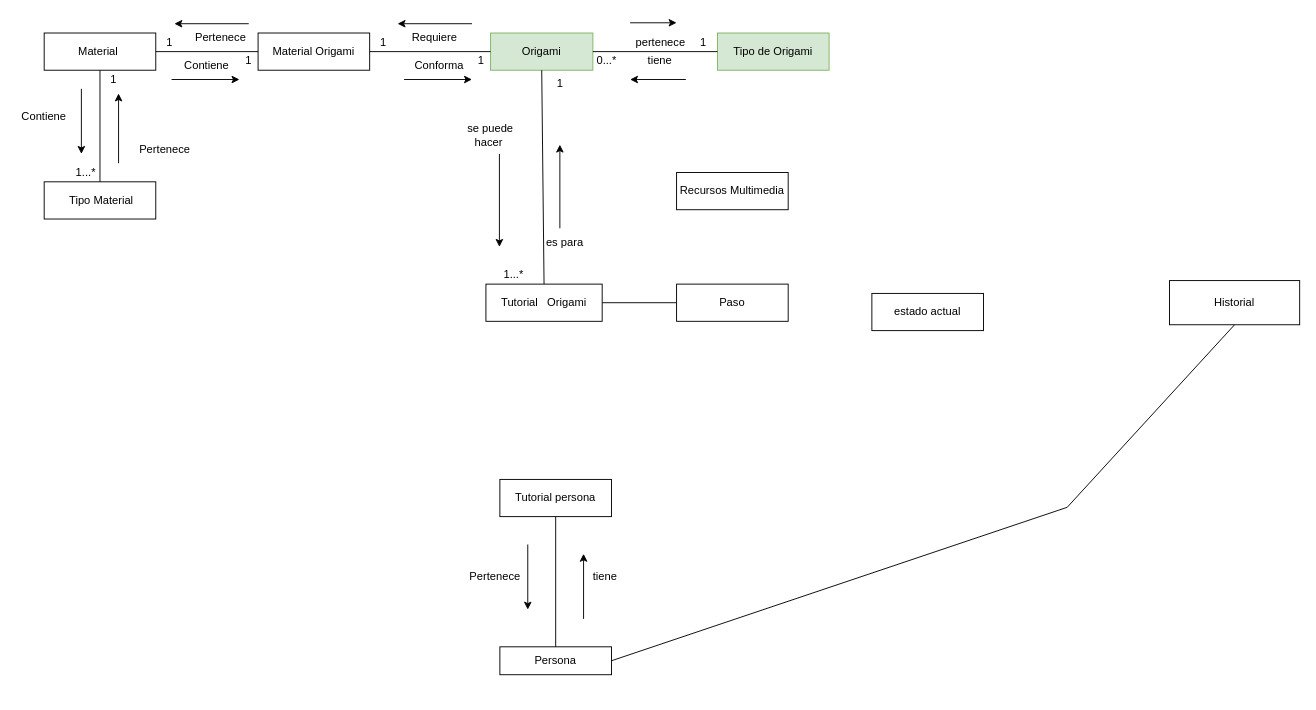
This is ModeloDeDominio3D.drawio from andrescastillo1996/documentacionMundoOrigami, a draw.io file, before an edit. Source tidied: cells renumbered, new cells numbered last; positions are measured from the earlier drawing's top-left corner, leaving out a move shared by most shapes. Both pictures are drawn from the tidied source at 93%, with x=0, y=0 at pixel (16, 22).
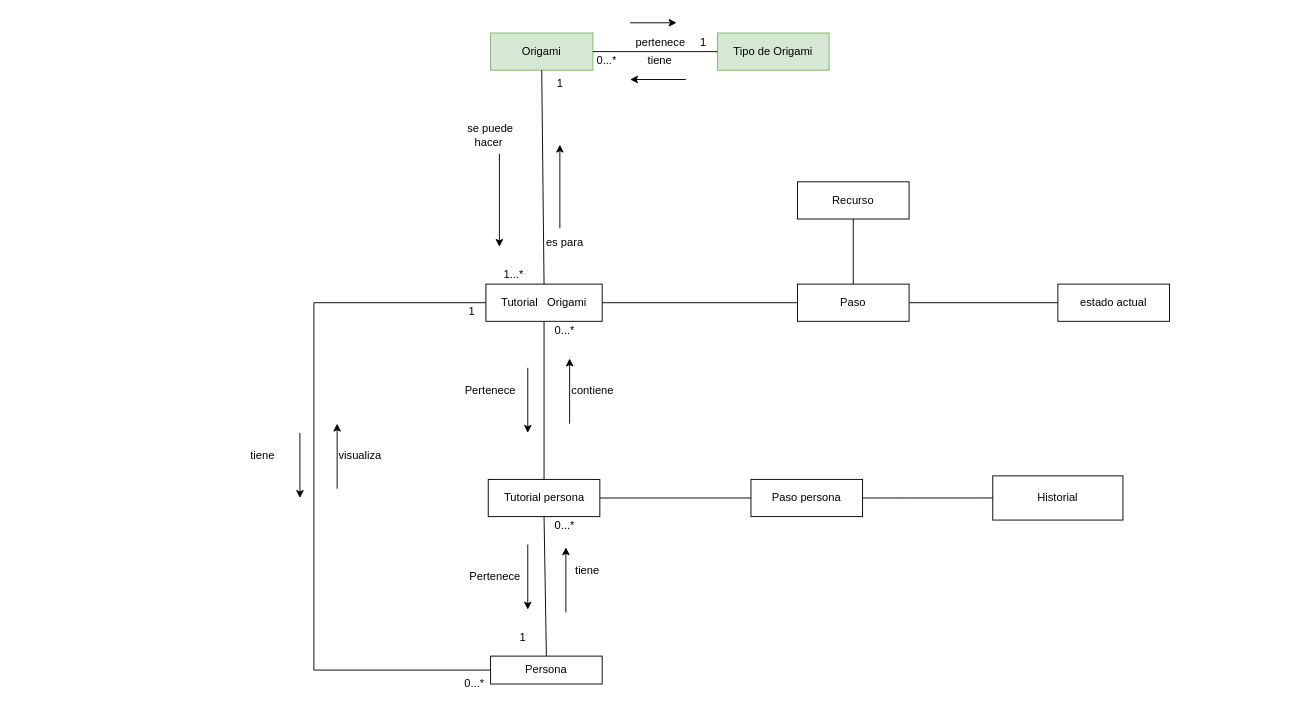
The same diagram, later.

The change refers to these unchanged cells:
```xml
<mxCell id="3" value="Origami" style="rounded=0;whiteSpace=wrap;html=1;fillColor=#d5e8d4;strokeColor=#82b366;" parent="1" vertex="1">
  <mxGeometry x="510" y="11" width="110" height="40" as="geometry" />
</mxCell>
<mxCell id="9" value="Tutorial&amp;nbsp; &amp;nbsp;Origami" style="rounded=0;whiteSpace=wrap;html=1;" parent="1" vertex="1">
  <mxGeometry x="505" y="281" width="125" height="40" as="geometry" />
</mxCell>
```

Change to the diagram source:
```diff
@@
     <mxCell id="4" value="Historial" style="rounded=0;whiteSpace=wrap;html=1;" parent="1" vertex="1">
-      <mxGeometry x="1240" y="277.2" width="140" height="47.5" as="geometry" />
+      <mxGeometry x="1050" y="487.2" width="140" height="47.5" as="geometry" />
     </mxCell>
@@
+    <mxCell id="56" style="edgeStyle=orthogonalEdgeStyle;rounded=0;jettySize=auto;html=1;exitX=0;exitY=0.5;exitDx=0;exitDy=0;entryX=0;entryY=0.5;entryDx=0;entryDy=0;endArrow=none;endFill=0;" parent="1" edge="1" source="6" target="9">
+      <mxGeometry relative="1" as="geometry">
+        <Array as="points">
+          <mxPoint x="320" y="696" />
+          <mxPoint x="320" y="301" />
+        </Array>
+      </mxGeometry>
+    </mxCell>
     <mxCell id="6" value="Persona" style="rounded=0;whiteSpace=wrap;html=1;" parent="1" vertex="1">
-      <mxGeometry x="520" y="671" width="120" height="30" as="geometry" />
+      <mxGeometry x="510" y="681" width="120" height="30" as="geometry" />
     </mxCell>
@@
-    <mxCell id="23" style="endArrow=none;html=1;rounded=0;exitX=1;exitY=0.5;exitDx=0;exitDy=0;entryX=0.5;entryY=1;entryDx=0;entryDy=0;" parent="1" edge="1" source="6" target="4">
-      <mxGeometry relative="1" as="geometry">
-        <Array as="points">
-          <mxPoint x="1130" y="521" />
-        </Array>
-      </mxGeometry>
+    <mxCell id="23" style="endArrow=none;html=1;rounded=0;exitX=1;exitY=0.5;exitDx=0;exitDy=0;entryX=0;entryY=0.5;entryDx=0;entryDy=0;" parent="1" edge="1" source="68" target="4">
+      <mxGeometry relative="1" as="geometry" />
     </mxCell>
     <mxCell id="24" style="endArrow=classic;html=1;rounded=0;" parent="1" edge="1">
       <mxGeometry relative="1" as="geometry">
-        <mxPoint x="610" y="641" as="sourcePoint" />
-        <mxPoint x="610" y="571" as="targetPoint" />
+        <mxPoint x="591" y="634" as="sourcePoint" />
+        <mxPoint x="591" y="564" as="targetPoint" />
       </mxGeometry>
     </mxCell>
@@
     <mxCell id="27" value="tiene&amp;nbsp;" style="text;html=1;strokeColor=none;fillColor=none;align=center;verticalAlign=middle;whiteSpace=wrap;rounded=0;" parent="1" vertex="1">
-      <mxGeometry x="605" y="581" width="60" height="30" as="geometry" />
+      <mxGeometry x="586" y="574" width="60" height="30" as="geometry" />
     </mxCell>
     <mxCell id="28" value="estado actual" style="rounded=0;whiteSpace=wrap;html=1;" parent="1" vertex="1">
-      <mxGeometry x="920" y="291" width="120" height="40" as="geometry" />
+      <mxGeometry x="1120" y="281" width="120" height="40" as="geometry" />
     </mxCell>
-    <mxCell id="29" value="Recursos Multimedia" style="rounded=0;whiteSpace=wrap;html=1;" parent="1" vertex="1">
-      <mxGeometry x="710" y="161" width="120" height="40" as="geometry" />
+    <mxCell id="29" value="Recurso" style="rounded=0;whiteSpace=wrap;html=1;" parent="1" vertex="1">
+      <mxGeometry x="840" y="171" width="120" height="40" as="geometry" />
     </mxCell>
-    <mxCell id="30" value="Material Origami" style="rounded=0;whiteSpace=wrap;html=1;" parent="1" vertex="1">
-      <mxGeometry x="260" y="11" width="120" height="40" as="geometry" />
-    </mxCell>
-    <mxCell id="31" value="Material&amp;nbsp;" style="rounded=0;whiteSpace=wrap;html=1;" parent="1" vertex="1">
-      <mxGeometry x="30" y="11" width="120" height="40" as="geometry" />
-    </mxCell>
-    <mxCell id="32" value="&amp;nbsp;Tipo Material" style="rounded=0;whiteSpace=wrap;html=1;" parent="1" vertex="1">
-      <mxGeometry x="30" y="171" width="120" height="40" as="geometry" />
-    </mxCell>
-    <mxCell id="33" style="endArrow=none;html=1;rounded=0;exitX=1;exitY=0.5;exitDx=0;exitDy=0;entryX=0;entryY=0.5;entryDx=0;entryDy=0;" parent="1" edge="1" source="30" target="3">
-      <mxGeometry relative="1" as="geometry" />
-    </mxCell>
-    <mxCell id="34" style="endArrow=classic;html=1;rounded=0;" parent="1" edge="1">
-      <mxGeometry relative="1" as="geometry">
-        <mxPoint x="490" y="1" as="sourcePoint" />
-        <mxPoint x="410" y="1" as="targetPoint" />
-      </mxGeometry>
-    </mxCell>
-    <mxCell id="35" value="Requiere" style="text;html=1;strokeColor=none;fillColor=none;align=center;verticalAlign=middle;whiteSpace=wrap;rounded=0;" parent="1" vertex="1">
-      <mxGeometry x="420" y="1" width="60" height="30" as="geometry" />
-    </mxCell>
-    <mxCell id="36" value="1" style="text;html=1;strokeColor=none;fillColor=none;align=center;verticalAlign=middle;whiteSpace=wrap;rounded=0;" parent="1" vertex="1">
-      <mxGeometry x="380" y="11" width="30" height="20" as="geometry" />
-    </mxCell>
-    <mxCell id="37" style="endArrow=none;html=1;rounded=0;exitX=1;exitY=0.5;exitDx=0;exitDy=0;entryX=0;entryY=0.5;entryDx=0;entryDy=0;" parent="1" edge="1" source="31" target="30">
-      <mxGeometry relative="1" as="geometry" />
-    </mxCell>
-    <mxCell id="38" style="endArrow=classic;html=1;rounded=0;" parent="1" edge="1">
-      <mxGeometry relative="1" as="geometry">
-        <mxPoint x="417" y="61" as="sourcePoint" />
-        <mxPoint x="490" y="61" as="targetPoint" />
-      </mxGeometry>
-    </mxCell>
-    <mxCell id="39" value="Conforma" style="text;html=1;strokeColor=none;fillColor=none;align=center;verticalAlign=middle;whiteSpace=wrap;rounded=0;" parent="1" vertex="1">
-      <mxGeometry x="425" y="36" width="60" height="20" as="geometry" />
-    </mxCell>
-    <mxCell id="40" value="1" style="text;html=1;strokeColor=none;fillColor=none;align=center;verticalAlign=middle;whiteSpace=wrap;rounded=0;" parent="1" vertex="1">
-      <mxGeometry x="485" y="31" width="30" height="20" as="geometry" />
-    </mxCell>
-    <mxCell id="41" style="endArrow=classic;html=1;rounded=0;" parent="1" edge="1">
-      <mxGeometry relative="1" as="geometry">
-        <mxPoint x="250" y="1" as="sourcePoint" />
-        <mxPoint x="170" y="1" as="targetPoint" />
-      </mxGeometry>
-    </mxCell>
-    <mxCell id="42" value="Pertenece" style="text;html=1;strokeColor=none;fillColor=none;align=center;verticalAlign=middle;whiteSpace=wrap;rounded=0;" parent="1" vertex="1">
-      <mxGeometry x="190" y="1" width="60" height="30" as="geometry" />
-    </mxCell>
-    <mxCell id="43" value="1" style="text;html=1;strokeColor=none;fillColor=none;align=center;verticalAlign=middle;whiteSpace=wrap;rounded=0;" parent="1" vertex="1">
-      <mxGeometry x="150" y="11" width="30" height="20" as="geometry" />
-    </mxCell>
-    <mxCell id="44" style="endArrow=classic;html=1;rounded=0;" parent="1" edge="1">
-      <mxGeometry relative="1" as="geometry">
-        <mxPoint x="167" y="61" as="sourcePoint" />
-        <mxPoint x="240" y="61" as="targetPoint" />
-      </mxGeometry>
-    </mxCell>
-    <mxCell id="45" value="Contiene" style="text;html=1;strokeColor=none;fillColor=none;align=center;verticalAlign=middle;whiteSpace=wrap;rounded=0;" parent="1" vertex="1">
-      <mxGeometry x="175" y="36" width="60" height="20" as="geometry" />
-    </mxCell>
-    <mxCell id="46" value="1" style="text;html=1;strokeColor=none;fillColor=none;align=center;verticalAlign=middle;whiteSpace=wrap;rounded=0;" parent="1" vertex="1">
-      <mxGeometry x="235" y="31" width="30" height="20" as="geometry" />
-    </mxCell>
-    <mxCell id="47" style="endArrow=none;html=1;rounded=0;entryX=0.5;entryY=1;entryDx=0;entryDy=0;exitX=0.5;exitY=0;exitDx=0;exitDy=0;" parent="1" edge="1" source="32" target="31">
-      <mxGeometry relative="1" as="geometry" />
-    </mxCell>
-    <mxCell id="48" value="Contiene" style="text;html=1;strokeColor=none;fillColor=none;align=center;verticalAlign=middle;whiteSpace=wrap;rounded=0;" parent="1" vertex="1">
-      <mxGeometry y="91" width="60" height="20" as="geometry" />
-    </mxCell>
-    <mxCell id="49" style="endArrow=classic;html=1;rounded=0;" parent="1" edge="1">
-      <mxGeometry relative="1" as="geometry">
-        <mxPoint x="70" y="71" as="sourcePoint" />
-        <mxPoint x="70" y="141" as="targetPoint" />
-      </mxGeometry>
-    </mxCell>
-    <mxCell id="50" value="1...*" style="text;html=1;strokeColor=none;fillColor=none;align=center;verticalAlign=middle;whiteSpace=wrap;rounded=0;" parent="1" vertex="1">
-      <mxGeometry x="60" y="151" width="30" height="20" as="geometry" />
-    </mxCell>
-    <mxCell id="51" value="Pertenece" style="text;html=1;strokeColor=none;fillColor=none;align=center;verticalAlign=middle;whiteSpace=wrap;rounded=0;" parent="1" vertex="1">
-      <mxGeometry x="130" y="121" width="60" height="30" as="geometry" />
-    </mxCell>
-    <mxCell id="52" style="endArrow=classic;html=1;rounded=0;" parent="1" edge="1">
-      <mxGeometry relative="1" as="geometry">
-        <mxPoint x="110" y="151" as="sourcePoint" />
-        <mxPoint x="110" y="76" as="targetPoint" />
-      </mxGeometry>
-    </mxCell>
-    <mxCell id="53" value="1" style="text;html=1;strokeColor=none;fillColor=none;align=center;verticalAlign=middle;whiteSpace=wrap;rounded=0;" parent="1" vertex="1">
-      <mxGeometry x="90" y="51" width="30" height="20" as="geometry" />
-    </mxCell>
+    <mxCell id="57" style="edgeStyle=orthogonalEdgeStyle;rounded=0;jettySize=auto;html=1;entryX=0;entryY=0.5;entryDx=0;entryDy=0;endArrow=none;endFill=0;" parent="1" edge="1" source="54" target="28">
+      <mxGeometry relative="1" as="geometry" />
+    </mxCell>
+    <mxCell id="58" style="edgeStyle=orthogonalEdgeStyle;rounded=0;jettySize=auto;html=1;endArrow=none;endFill=0;" parent="1" edge="1" source="54" target="29">
+      <mxGeometry relative="1" as="geometry" />
+    </mxCell>
     <mxCell id="54" value="Paso" style="rounded=0;whiteSpace=wrap;html=1;" parent="1" vertex="1">
-      <mxGeometry x="710" y="281" width="120" height="40" as="geometry" />
+      <mxGeometry x="840" y="281" width="120" height="40" as="geometry" />
     </mxCell>
+    <mxCell id="59" style="edgeStyle=orthogonalEdgeStyle;rounded=0;jettySize=auto;html=1;exitX=0.5;exitY=0;exitDx=0;exitDy=0;entryX=0.5;entryY=1;entryDx=0;entryDy=0;endArrow=none;endFill=0;" parent="1" edge="1" source="55" target="9">
+      <mxGeometry relative="1" as="geometry" />
+    </mxCell>
+    <mxCell id="60" style="edgeStyle=orthogonalEdgeStyle;rounded=0;jettySize=auto;html=1;exitX=1;exitY=0.5;exitDx=0;exitDy=0;entryX=0;entryY=0.5;entryDx=0;entryDy=0;endArrow=none;endFill=0;" parent="1" edge="1" source="55" target="68">
+      <mxGeometry relative="1" as="geometry" />
+    </mxCell>
     <mxCell id="55" value="Tutorial persona" style="rounded=0;whiteSpace=wrap;html=1;" parent="1" vertex="1">
-      <mxGeometry x="520" y="491" width="120" height="40" as="geometry" />
+      <mxGeometry x="507.5" y="491" width="120" height="40" as="geometry" />
     </mxCell>
+    <mxCell id="61" value="1" style="text;html=1;strokeColor=none;fillColor=none;align=center;verticalAlign=middle;whiteSpace=wrap;rounded=0;" parent="1" vertex="1">
+      <mxGeometry x="530" y="651" width="30" height="20" as="geometry" />
+    </mxCell>
+    <mxCell id="62" value="0...*" style="text;html=1;strokeColor=none;fillColor=none;align=center;verticalAlign=middle;whiteSpace=wrap;rounded=0;" parent="1" vertex="1">
+      <mxGeometry x="575" y="531" width="30" height="20" as="geometry" />
+    </mxCell>
+    <mxCell id="63" style="endArrow=classic;html=1;rounded=0;" parent="1" edge="1">
+      <mxGeometry relative="1" as="geometry">
+        <mxPoint x="595" y="431" as="sourcePoint" />
+        <mxPoint x="595" y="361" as="targetPoint" />
+      </mxGeometry>
+    </mxCell>
+    <mxCell id="64" value="contiene" style="text;html=1;strokeColor=none;fillColor=none;align=center;verticalAlign=middle;whiteSpace=wrap;rounded=0;" parent="1" vertex="1">
+      <mxGeometry x="590" y="381" width="60" height="30" as="geometry" />
+    </mxCell>
+    <mxCell id="65" value="Pertenece" style="text;html=1;strokeColor=none;fillColor=none;align=center;verticalAlign=middle;whiteSpace=wrap;rounded=0;" parent="1" vertex="1">
+      <mxGeometry x="480" y="381" width="60" height="30" as="geometry" />
+    </mxCell>
+    <mxCell id="66" style="endArrow=classic;html=1;rounded=0;" parent="1" edge="1">
+      <mxGeometry relative="1" as="geometry">
+        <mxPoint x="550" y="371" as="sourcePoint" />
+        <mxPoint x="550" y="441" as="targetPoint" />
+      </mxGeometry>
+    </mxCell>
+    <mxCell id="67" value="0...*" style="text;html=1;strokeColor=none;fillColor=none;align=center;verticalAlign=middle;whiteSpace=wrap;rounded=0;" parent="1" vertex="1">
+      <mxGeometry x="575" y="321" width="30" height="20" as="geometry" />
+    </mxCell>
+    <mxCell id="68" value="Paso persona" style="rounded=0;whiteSpace=wrap;html=1;" parent="1" vertex="1">
+      <mxGeometry x="790" y="491" width="120" height="40" as="geometry" />
+    </mxCell>
+    <mxCell id="69" value="tiene" style="text;html=1;strokeColor=none;fillColor=none;align=center;verticalAlign=middle;whiteSpace=wrap;rounded=0;" parent="1" vertex="1">
+      <mxGeometry x="235" y="451" width="60" height="30" as="geometry" />
+    </mxCell>
+    <mxCell id="70" style="endArrow=classic;html=1;rounded=0;" parent="1" edge="1">
+      <mxGeometry relative="1" as="geometry">
+        <mxPoint x="305" y="441" as="sourcePoint" />
+        <mxPoint x="305" y="511" as="targetPoint" />
+      </mxGeometry>
+    </mxCell>
+    <mxCell id="71" style="endArrow=classic;html=1;rounded=0;" parent="1" edge="1">
+      <mxGeometry relative="1" as="geometry">
+        <mxPoint x="345" y="501" as="sourcePoint" />
+        <mxPoint x="345" y="431" as="targetPoint" />
+      </mxGeometry>
+    </mxCell>
+    <mxCell id="72" value="visualiza" style="text;html=1;strokeColor=none;fillColor=none;align=center;verticalAlign=middle;whiteSpace=wrap;rounded=0;" parent="1" vertex="1">
+      <mxGeometry x="340" y="451" width="60" height="30" as="geometry" />
+    </mxCell>
+    <mxCell id="73" value="0...*" style="text;html=1;strokeColor=none;fillColor=none;align=center;verticalAlign=middle;whiteSpace=wrap;rounded=0;" parent="1" vertex="1">
+      <mxGeometry x="477.5" y="701" width="30" height="20" as="geometry" />
+    </mxCell>
+    <mxCell id="74" value="1" style="text;html=1;strokeColor=none;fillColor=none;align=center;verticalAlign=middle;whiteSpace=wrap;rounded=0;" parent="1" vertex="1">
+      <mxGeometry x="475" y="301" width="30" height="20" as="geometry" />
+    </mxCell>
```
